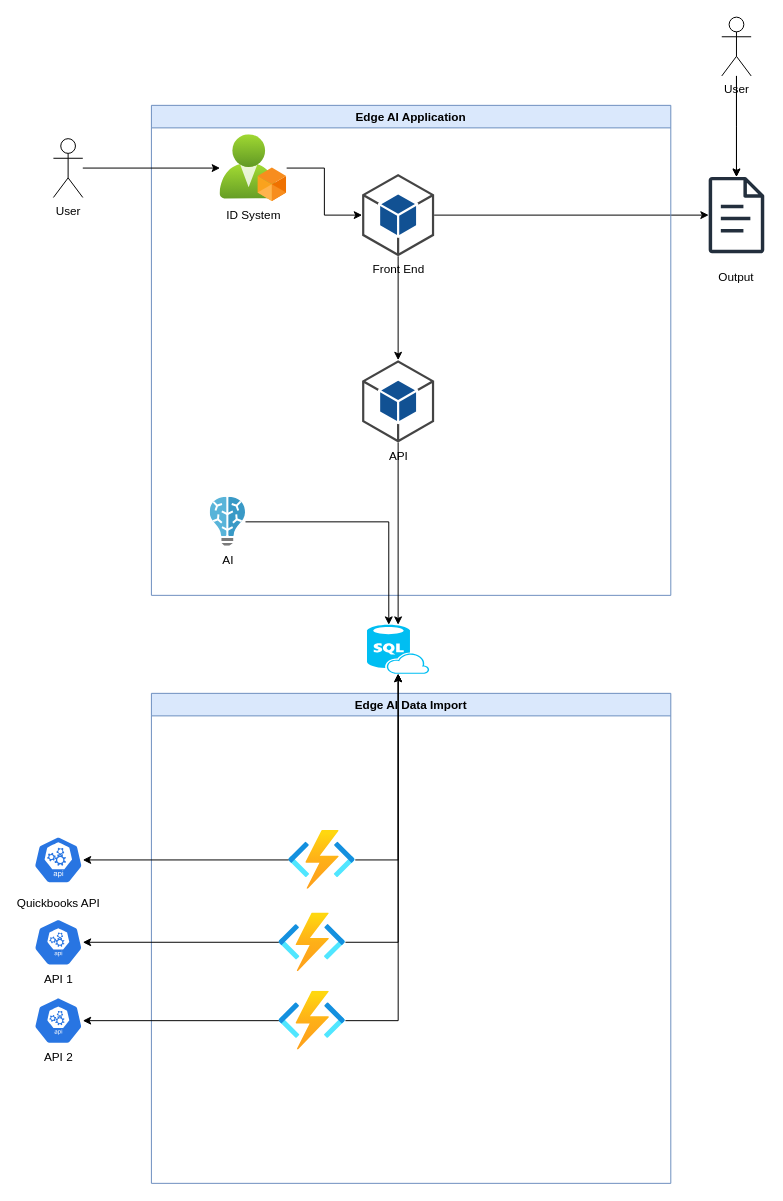
This is EdgeAI.drawio from mattwatts36/drawings, a draw.io file, before an edit. Source tidied: cells renumbered, new cells numbered last; positions are measured from the earlier drawing's top-left corner, leaving out a move shared by most shapes. Both pictures are drawn from the tidied source at 98%, with x=0, y=0 at pixel (33, 17).
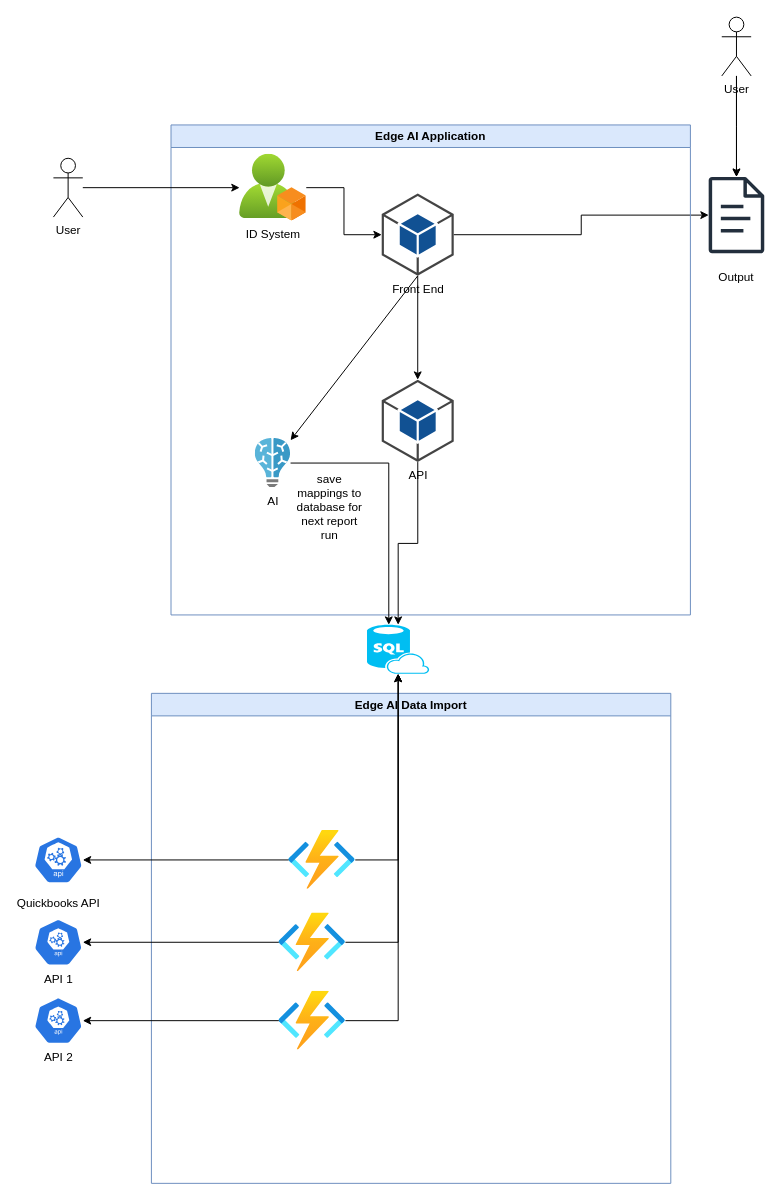
The same diagram, later.

Unchanged cells that the change refers to:
```xml
<mxCell id="15" value="Front End" style="outlineConnect=0;dashed=0;verticalLabelPosition=bottom;verticalAlign=top;align=center;html=1;shape=mxgraph.aws3.android;fillColor=#115193;gradientColor=none;" parent="13" vertex="1">
  <mxGeometry x="215" y="70" width="73.5" height="84" as="geometry" />
</mxCell>
```

Diff of the diagram source:
```diff
@@
     <mxCell id="13" value="Edge AI Application" style="swimlane;whiteSpace=wrap;html=1;fillColor=#dae8fc;strokeColor=#6c8ebf;" parent="1" vertex="1">
-      <mxGeometry x="120" y="90" width="530" height="500" as="geometry" />
+      <mxGeometry x="140" y="110" width="530" height="500" as="geometry" />
     </mxCell>
     <mxCell id="14" value="AI" style="image;sketch=0;html=1;points=[];align=center;fontSize=12;image=img/lib/mscae/Batch_AI.svg;" parent="13" vertex="1">
-      <mxGeometry x="60" y="400" width="36" height="50" as="geometry" />
+      <mxGeometry x="86" y="320" width="36" height="50" as="geometry" />
     </mxCell>
@@
+    <mxCell id="33" style="endArrow=classic;html=1;rounded=0;exitX=0.5;exitY=1;exitDx=0;exitDy=0;exitPerimeter=0;" parent="13" edge="1" source="15" target="14">
+      <mxGeometry relative="1" as="geometry" />
+    </mxCell>
+    <mxCell id="34" value="save mappings to database for next report run" style="text;html=1;strokeColor=none;fillColor=none;align=center;verticalAlign=middle;whiteSpace=wrap;rounded=0;" parent="13" vertex="1">
+      <mxGeometry x="124" y="360" width="76" height="60" as="geometry" />
+    </mxCell>
@@
     <mxCell id="24" value="User" style="shape=umlActor;verticalLabelPosition=bottom;verticalAlign=top;html=1;outlineConnect=0;" parent="1" vertex="1">
-      <mxGeometry x="20" y="124" width="30" height="60" as="geometry" />
+      <mxGeometry x="20" y="144" width="30" height="60" as="geometry" />
     </mxCell>
```
